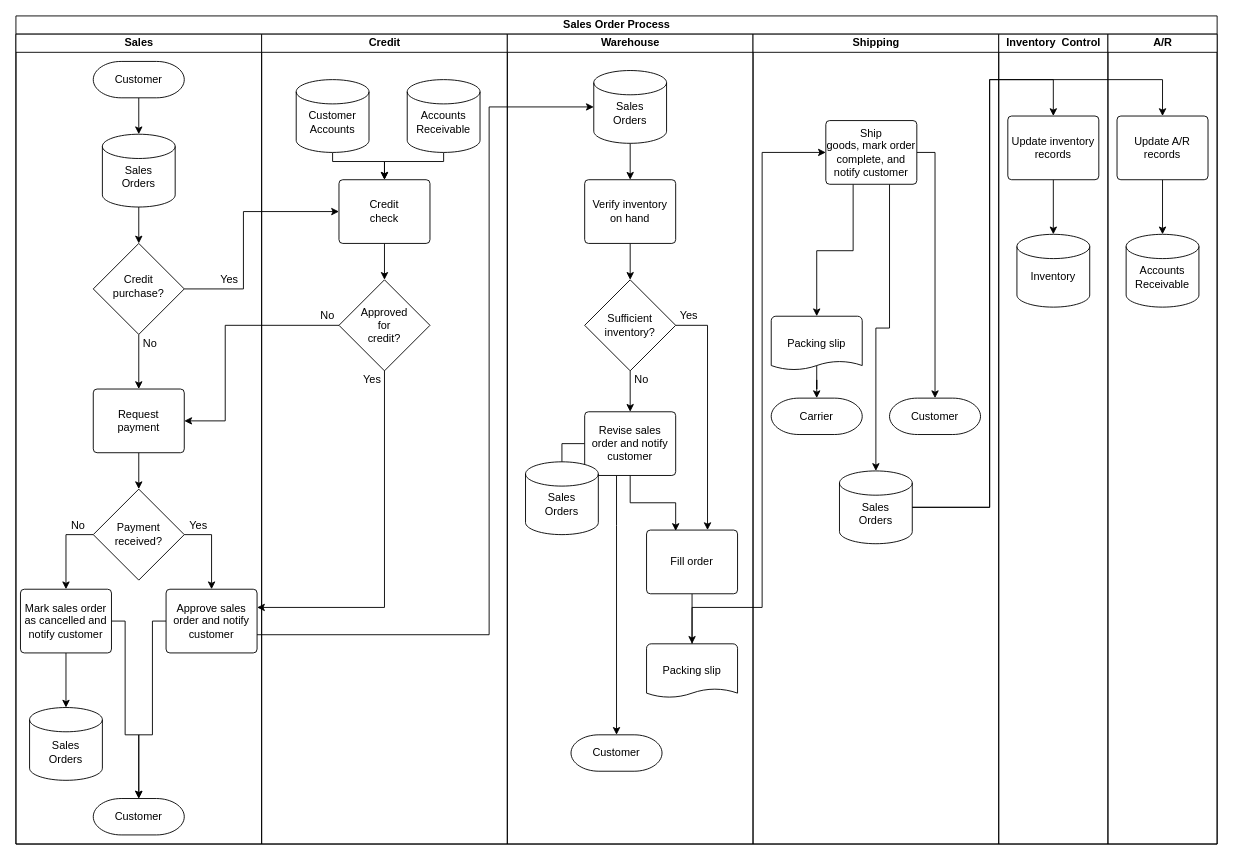
The draw.io diagram images/flowchart-assignment2.drawio in accountingarchitecture/accountingarchitecture.github.io, before the edit. Source tidied: cells renumbered, new cells numbered last; positions are measured from the earlier drawing's top-left corner, leaving out a move shared by most shapes. Both pictures are drawn from the tidied source at 91%, with x=0, y=0 at pixel (15, 15).
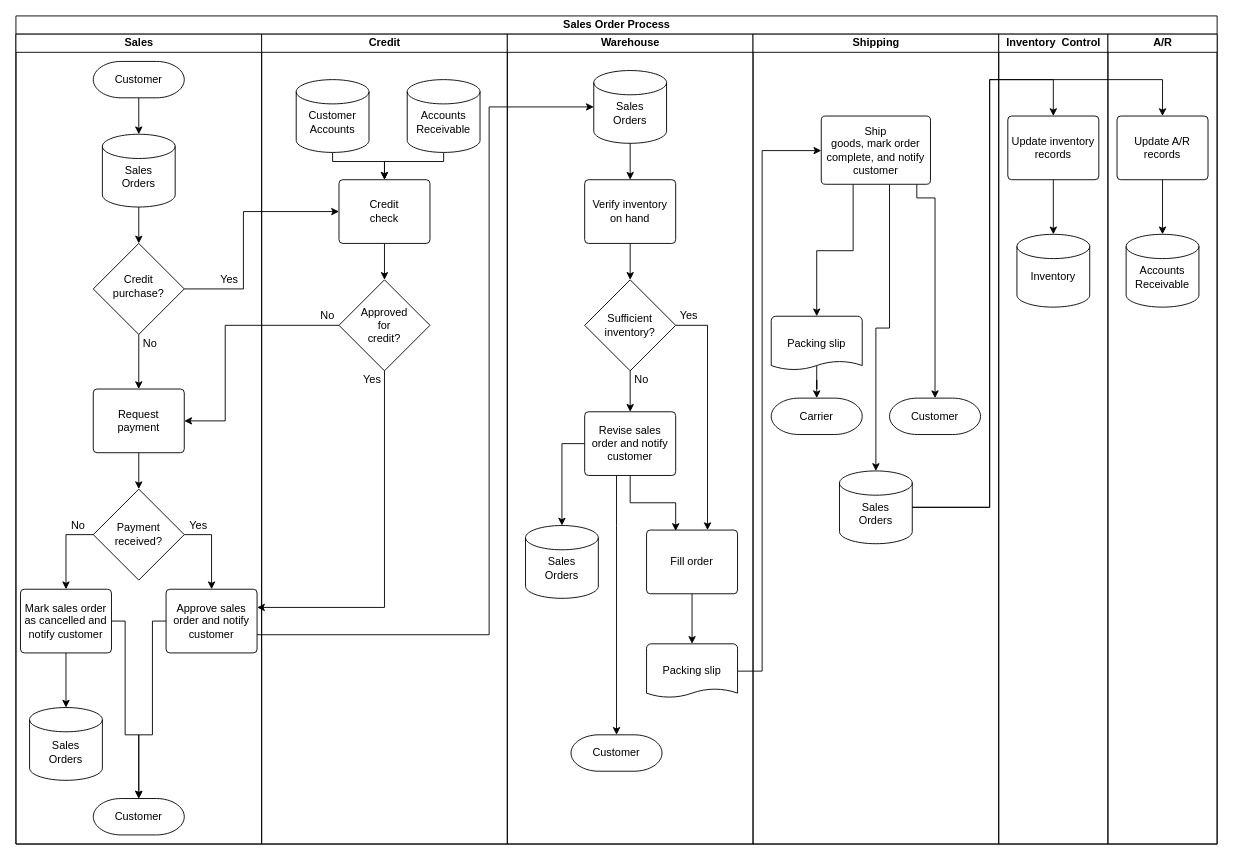
After the change.

The change refers to these unchanged cells:
```xml
<mxCell id="2" value="Sales Order Process" style="swimlane;html=1;startSize=20;" parent="1" vertex="1">
  <mxGeometry width="1320" height="910" as="geometry" />
</mxCell>
<mxCell id="35" value="Warehouse" style="swimlane;html=1;startSize=20;" parent="2" vertex="1">
  <mxGeometry x="540" y="20" width="270" height="890" as="geometry" />
</mxCell>
<mxCell id="44" value="Revise sales order and notify customer" style="strokeWidth=1;html=1;shape=mxgraph.flowchart.process;whiteSpace=wrap;" parent="35" vertex="1">
  <mxGeometry x="85" y="415" width="100" height="70" as="geometry" />
</mxCell>
<mxCell id="51" value="Packing slip" style="strokeWidth=1;html=1;shape=mxgraph.flowchart.document;whiteSpace=wrap;" parent="35" vertex="1">
  <mxGeometry x="153" y="670" width="100" height="60" as="geometry" />
</mxCell>
<mxCell id="58" value="Shipping" style="swimlane;html=1;startSize=20;" parent="2" vertex="1">
  <mxGeometry x="810" y="20" width="270" height="890" as="geometry" />
</mxCell>
<mxCell id="64" value="Customer" style="strokeWidth=1;html=1;shape=mxgraph.flowchart.terminator;whiteSpace=wrap;" parent="58" vertex="1">
  <mxGeometry x="150" y="400" width="100" height="40" as="geometry" />
</mxCell>
```

Change to the diagram source:
```diff
@@
+    <mxCell id="46" value="Sales&lt;br&gt;Orders" style="strokeWidth=1;html=1;shape=mxgraph.flowchart.database;whiteSpace=wrap;spacingTop=14;" parent="35" vertex="1">
+      <mxGeometry x="20" y="540" width="80" height="80" as="geometry" />
+    </mxCell>
@@
-    <mxCell id="41" style="edgeStyle=orthogonalEdgeStyle;rounded=0;html=1;entryX=0.5;entryY=0;entryPerimeter=0;jettySize=auto;" parent="35" edge="1" source="44">
+    <mxCell id="41" style="edgeStyle=orthogonalEdgeStyle;rounded=0;html=1;entryX=0.5;entryY=0;entryPerimeter=0;jettySize=auto;entryDx=0;entryDy=0;" parent="35" edge="1" source="44" target="46">
       <mxGeometry relative="1" as="geometry">
-        <mxPoint x="60" y="540" as="targetPoint" />
         <Array as="points">
           <mxPoint x="60" y="450" />
         </Array>
       </mxGeometry>
     </mxCell>
@@
-    <mxCell id="46" value="Sales&lt;br&gt;Orders" style="strokeWidth=1;html=1;shape=mxgraph.flowchart.database;whiteSpace=wrap;spacingTop=14;" parent="35" vertex="1">
-      <mxGeometry x="20" y="470" width="80" height="80" as="geometry" />
-    </mxCell>
@@
     <mxCell id="59" style="edgeStyle=orthogonalEdgeStyle;rounded=0;html=1;entryX=0.5;entryY=0;entryPerimeter=0;jettySize=auto;" parent="58" edge="1" source="62" target="64">
       <mxGeometry relative="1" as="geometry">
         <Array as="points">
-          <mxPoint x="200" y="130" />
+          <mxPoint x="180" y="180" />
+          <mxPoint x="200" y="180" />
         </Array>
       </mxGeometry>
     </mxCell>
@@
+    <mxCell id="63" value="Carrier" style="strokeWidth=1;html=1;shape=mxgraph.flowchart.terminator;whiteSpace=wrap;" parent="58" vertex="1">
+      <mxGeometry x="20" y="400" width="100" height="40" as="geometry" />
+    </mxCell>
     <mxCell id="62" value="Ship&lt;br&gt;goods, mark order complete, and notify customer" style="strokeWidth=1;html=1;shape=mxgraph.flowchart.process;whiteSpace=wrap;" parent="58" vertex="1">
-      <mxGeometry x="80" y="95" width="100" height="70" as="geometry" />
+      <mxGeometry x="75" y="90" width="120" height="75" as="geometry" />
     </mxCell>
-    <mxCell id="63" value="Carrier" style="strokeWidth=1;html=1;shape=mxgraph.flowchart.terminator;whiteSpace=wrap;" parent="58" vertex="1">
-      <mxGeometry x="20" y="400" width="100" height="40" as="geometry" />
-    </mxCell>
@@
-    <mxCell id="77" style="edgeStyle=orthogonalEdgeStyle;rounded=0;html=1;entryX=0;entryY=0.5;entryPerimeter=0;jettySize=auto;" parent="2" edge="1" source="51" target="62">
+    <mxCell id="77" style="edgeStyle=orthogonalEdgeStyle;rounded=0;html=1;jettySize=auto;" parent="2" edge="1" source="51">
       <mxGeometry relative="1" as="geometry">
+        <mxPoint x="885" y="148" as="targetPoint" />
         <Array as="points">
-          <mxPoint x="820" y="650" />
-          <mxPoint x="820" y="150" />
+          <mxPoint x="820" y="720" />
+          <mxPoint x="820" y="148" />
         </Array>
       </mxGeometry>
     </mxCell>
```
